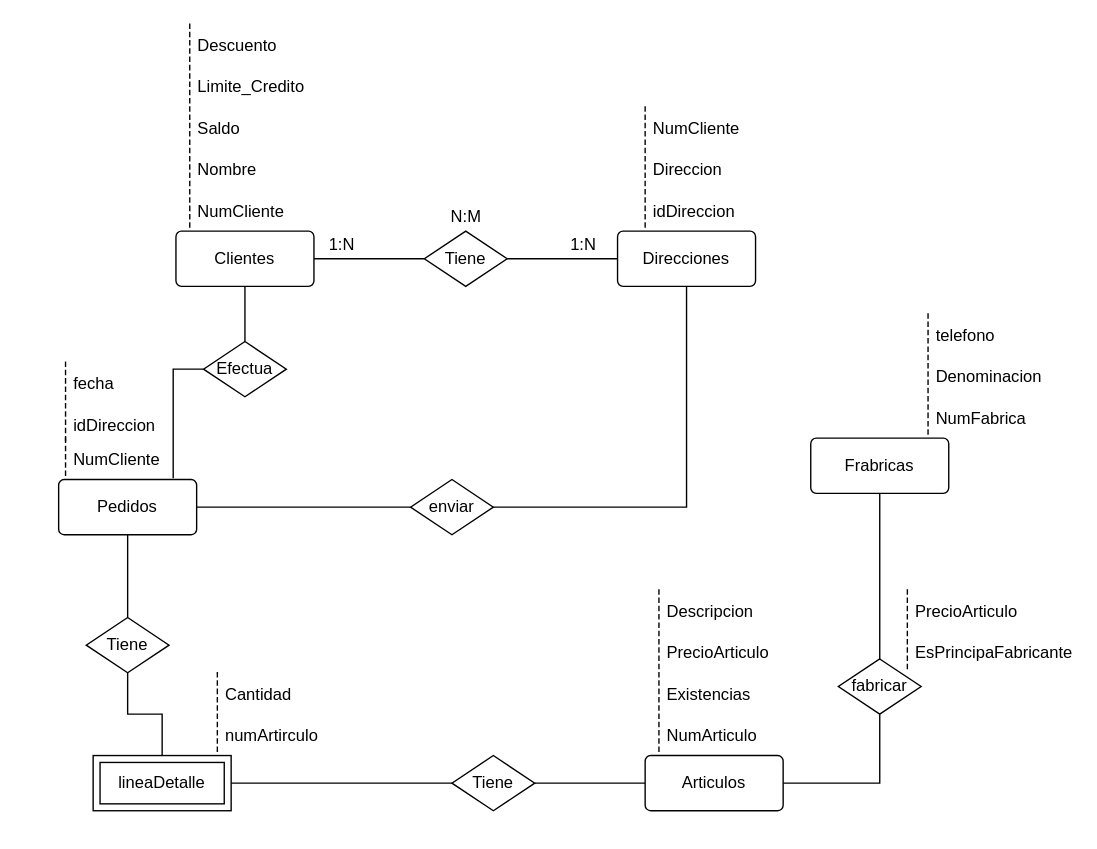
Before: Untitled Diagram.drawio in dam108/AccesoADatosEntidadRelacion, a draw.io diagram. Source tidied: cells renumbered, new cells numbered last; positions are measured from the earlier drawing's top-left corner, leaving out a move shared by most shapes. Both pictures are drawn from the tidied source at 138%, with x=0, y=0 at pixel (23, 23).
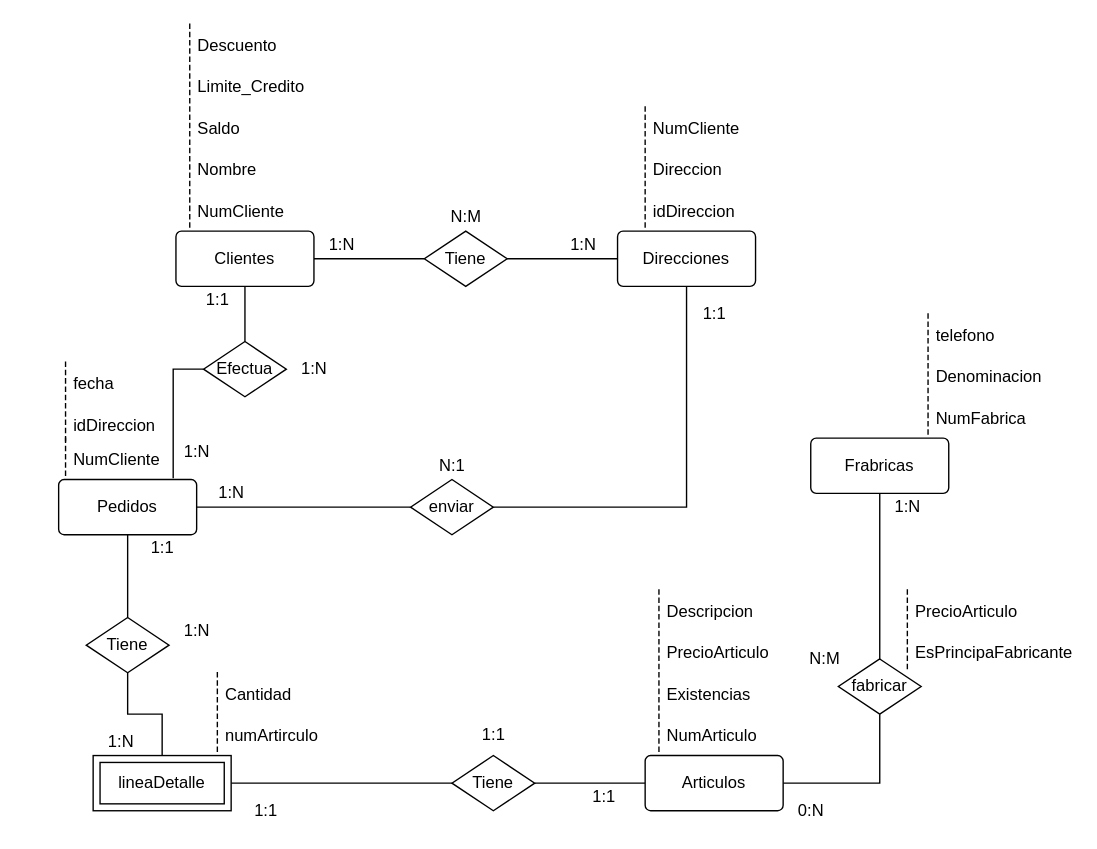
After the change.

Change to the diagram source:
```diff
@@
+    <mxCell id="73" value="1:N" style="text;html=1;align=center;verticalAlign=middle;" parent="1" vertex="1">
+      <mxGeometry x="110" y="300" width="30" height="20" as="geometry" />
+    </mxCell>
+    <mxCell id="74" value="1:1" style="text;html=1;align=center;verticalAlign=middle;" parent="1" vertex="1">
+      <mxGeometry x="125" y="190" width="30" height="20" as="geometry" />
+    </mxCell>
+    <mxCell id="75" value="1:N" style="text;html=1;align=center;verticalAlign=middle;" parent="1" vertex="1">
+      <mxGeometry x="195" y="240" width="30" height="20" as="geometry" />
+    </mxCell>
+    <mxCell id="76" value="1:1" style="text;html=1;align=center;verticalAlign=middle;" parent="1" vertex="1">
+      <mxGeometry x="485" y="200" width="30" height="20" as="geometry" />
+    </mxCell>
+    <mxCell id="77" value="1:N" style="text;html=1;align=center;verticalAlign=middle;" parent="1" vertex="1">
+      <mxGeometry x="135" y="330" width="30" height="20" as="geometry" />
+    </mxCell>
+    <mxCell id="78" value="N:1" style="text;html=1;align=center;verticalAlign=middle;" parent="1" vertex="1">
+      <mxGeometry x="295" y="310" width="30" height="20" as="geometry" />
+    </mxCell>
+    <mxCell id="79" value="1:N" style="text;html=1;align=center;verticalAlign=middle;" parent="1" vertex="1">
+      <mxGeometry x="55" y="510" width="30" height="20" as="geometry" />
+    </mxCell>
+    <mxCell id="80" value="1:1" style="text;html=1;align=center;verticalAlign=middle;" parent="1" vertex="1">
+      <mxGeometry x="85" y="370" width="30" height="20" as="geometry" />
+    </mxCell>
+    <mxCell id="81" value="1:N" style="text;html=1;align=center;verticalAlign=middle;" parent="1" vertex="1">
+      <mxGeometry x="110" y="430" width="30" height="20" as="geometry" />
+    </mxCell>
+    <mxCell id="82" value="1:1" style="text;html=1;align=center;verticalAlign=middle;" parent="1" vertex="1">
+      <mxGeometry x="405" y="550" width="30" height="20" as="geometry" />
+    </mxCell>
+    <mxCell id="83" value="1:1" style="text;html=1;align=center;verticalAlign=middle;" parent="1" vertex="1">
+      <mxGeometry x="160" y="560" width="30" height="20" as="geometry" />
+    </mxCell>
+    <mxCell id="84" value="1:1" style="text;html=1;align=center;verticalAlign=middle;" parent="1" vertex="1">
+      <mxGeometry x="325" y="505" width="30" height="20" as="geometry" />
+    </mxCell>
+    <mxCell id="85" value="1:N" style="text;html=1;align=center;verticalAlign=middle;" parent="1" vertex="1">
+      <mxGeometry x="625" y="340" width="30" height="20" as="geometry" />
+    </mxCell>
+    <mxCell id="86" value="0:N" style="text;html=1;align=center;verticalAlign=middle;" parent="1" vertex="1">
+      <mxGeometry x="555" y="560" width="30" height="20" as="geometry" />
+    </mxCell>
+    <mxCell id="87" value="N:M" style="text;html=1;align=center;verticalAlign=middle;" parent="1" vertex="1">
+      <mxGeometry x="560" y="450" width="40" height="20" as="geometry" />
+    </mxCell>
```
